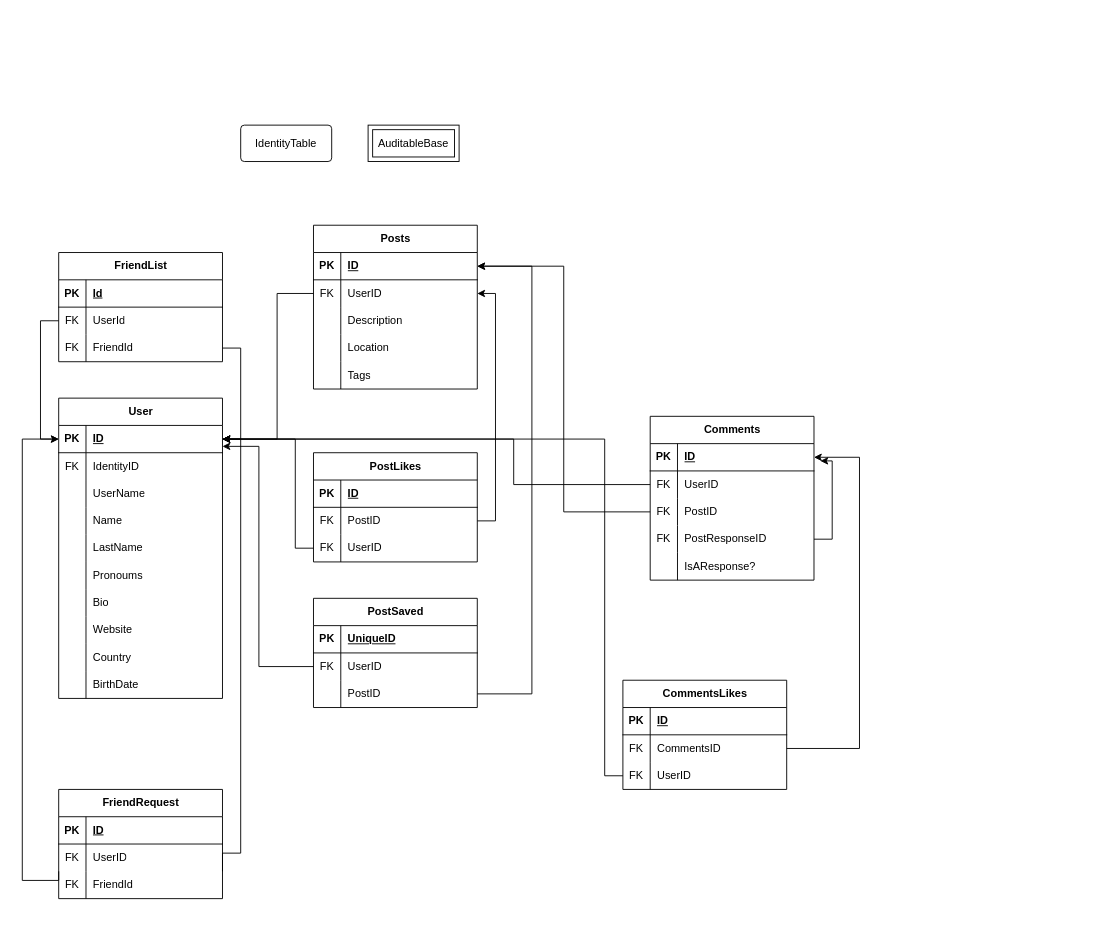
The draw.io diagram Documents/Database.drawio in AbreuHD/Kizuna-Social-Network, before the edit. Source tidied: cells renumbered, new cells numbered last; positions are measured from the earlier drawing's top-left corner, leaving out a move shared by most shapes. Both pictures are drawn from the tidied source at 91%, with x=0, y=0 at pixel (22, 125).
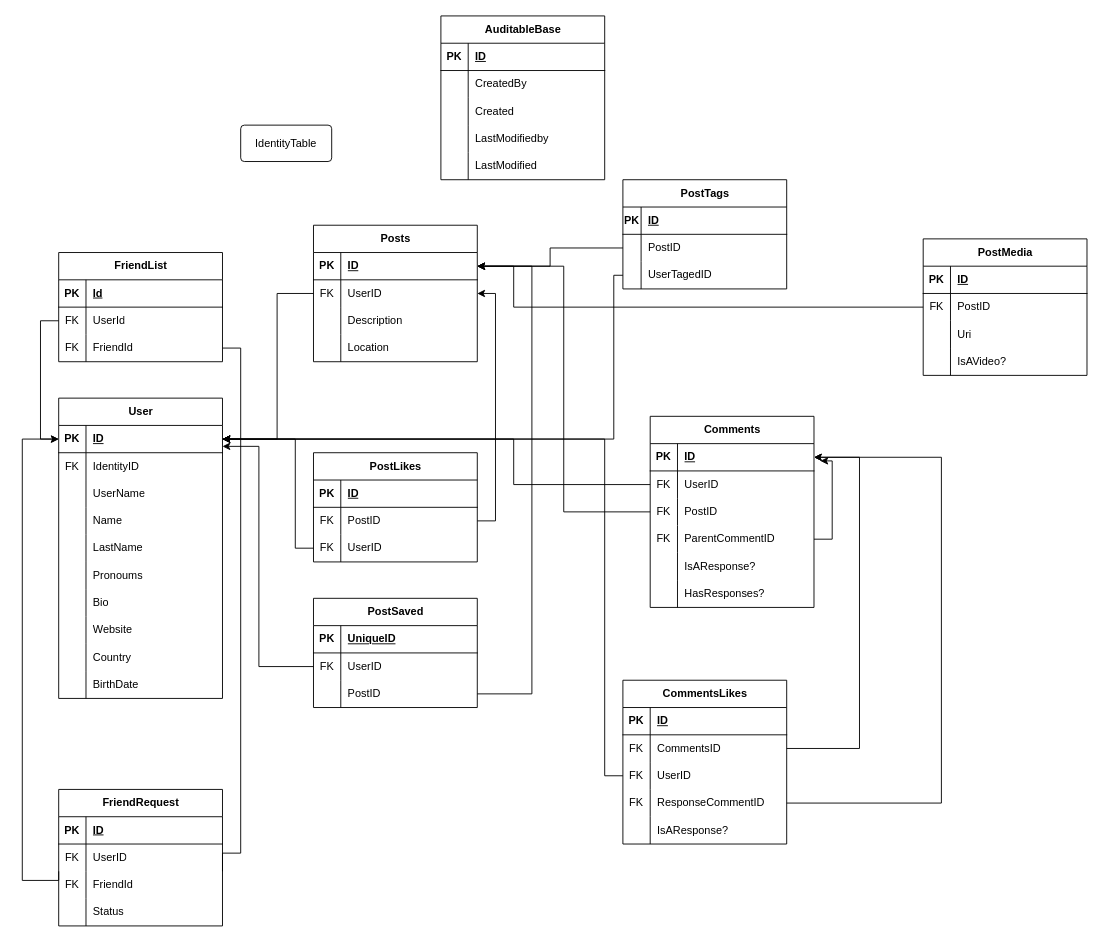
The same diagram, later.

The change refers to these unchanged cells:
```xml
<mxCell id="5" style="shape=tableRow;horizontal=0;startSize=0;swimlaneHead=0;swimlaneBody=0;fillColor=none;points=[[0,0.5],[1,0.5]];portConstraint=eastwest;top=0;left=0;right=0;bottom=1;" parent="4" vertex="1">
  <mxGeometry y="30" width="180" height="30" as="geometry" />
</mxCell>
<mxCell id="62" style="shape=tableRow;horizontal=0;startSize=0;swimlaneHead=0;swimlaneBody=0;fillColor=none;points=[[0,0.5],[1,0.5]];portConstraint=eastwest;top=0;left=0;right=0;bottom=1;" parent="61" vertex="1">
  <mxGeometry y="30" width="180" height="30" as="geometry" />
</mxCell>
<mxCell id="93" style="shape=tableRow;horizontal=0;startSize=0;swimlaneHead=0;swimlaneBody=0;fillColor=none;points=[[0,0.5],[1,0.5]];portConstraint=eastwest;top=0;left=0;right=0;bottom=1;" parent="92" vertex="1">
  <mxGeometry y="30" width="180" height="30" as="geometry" />
</mxCell>
<mxCell id="102" style="shape=tableRow;horizontal=0;startSize=0;swimlaneHead=0;swimlaneBody=0;fillColor=none;points=[[0,0.5],[1,0.5]];portConstraint=eastwest;top=0;left=0;right=0;bottom=0;" parent="92" vertex="1">
  <mxGeometry y="120" width="180" height="30" as="geometry" />
</mxCell>
```

Diff of the diagram source:
```diff
@@
-    <mxCell id="3" value="AuditableBase" style="shape=ext;margin=3;double=1;whiteSpace=wrap;html=1;align=center;" parent="1" vertex="1">
-      <mxGeometry x="380" width="100" height="40" as="geometry" />
-    </mxCell>
@@
     <mxCell id="49" value="FriendRequest" style="shape=table;startSize=30;childLayout=tableLayout;rowLines=0;fontStyle=1;align=center;html=1;" parent="1" vertex="1">
-      <mxGeometry x="40" y="730" width="180" height="120" as="geometry" />
+      <mxGeometry x="40" y="730" width="180" height="150" as="geometry" />
     </mxCell>
@@
+    <mxCell id="133" style="shape=tableRow;horizontal=0;startSize=0;swimlaneHead=0;swimlaneBody=0;fillColor=none;top=0;left=0;right=0;bottom=0;" parent="49" vertex="1">
+      <mxGeometry y="120" width="180" height="30" as="geometry" />
+    </mxCell>
+    <mxCell id="134" style="shape=partialRectangle;fillColor=none;top=0;left=0;bottom=0;right=0;overflow=hidden;whiteSpace=wrap;html=1;" parent="133" vertex="1">
+      <mxGeometry width="30" height="30" as="geometry" />
+    </mxCell>
+    <mxCell id="135" value="Status" style="shape=partialRectangle;fillColor=none;top=0;left=0;bottom=0;right=0;align=left;spacingLeft=6;overflow=hidden;whiteSpace=wrap;html=1;" parent="133" vertex="1">
+      <mxGeometry x="30" width="150" height="30" as="geometry" />
+    </mxCell>
@@
     <mxCell id="61" value="Posts" style="shape=table;startSize=30;childLayout=tableLayout;rowLines=0;fontStyle=1;align=center;html=1;" parent="1" vertex="1">
-      <mxGeometry x="320" y="110" width="180" height="180" as="geometry" />
+      <mxGeometry x="320" y="110" width="180" height="150" as="geometry" />
     </mxCell>
@@
-    <mxCell id="74" style="shape=tableRow;horizontal=0;startSize=0;swimlaneHead=0;swimlaneBody=0;fillColor=none;top=0;left=0;right=0;bottom=0;" parent="61" vertex="1">
-      <mxGeometry y="150" width="180" height="30" as="geometry" />
-    </mxCell>
-    <mxCell id="75" style="shape=partialRectangle;fillColor=none;top=0;left=0;bottom=0;right=0;overflow=hidden;whiteSpace=wrap;html=1;" parent="74" vertex="1">
-      <mxGeometry width="30" height="30" as="geometry" />
-    </mxCell>
-    <mxCell id="76" value="Tags" style="shape=partialRectangle;fillColor=none;top=0;left=0;bottom=0;right=0;align=left;spacingLeft=6;overflow=hidden;whiteSpace=wrap;html=1;" parent="74" vertex="1">
-      <mxGeometry x="30" width="150" height="30" as="geometry" />
-    </mxCell>
@@
     <mxCell id="92" value="Comments" style="shape=table;startSize=30;childLayout=tableLayout;rowLines=0;fontStyle=1;align=center;html=1;" parent="1" vertex="1">
-      <mxGeometry x="690" y="320" width="180" height="180" as="geometry" />
+      <mxGeometry x="690" y="320" width="180" height="210" as="geometry" />
     </mxCell>
@@
-    <mxCell id="104" value="PostResponseID" style="shape=partialRectangle;fillColor=none;top=0;left=0;bottom=0;right=0;align=left;spacingLeft=6;overflow=hidden;whiteSpace=wrap;html=1;" parent="102" vertex="1">
+    <mxCell id="104" value="ParentCommentID" style="shape=partialRectangle;fillColor=none;top=0;left=0;bottom=0;right=0;align=left;spacingLeft=6;overflow=hidden;whiteSpace=wrap;html=1;" parent="102" vertex="1">
       <mxGeometry x="30" width="150" height="30" as="geometry" />
     </mxCell>
@@
+    <mxCell id="136" style="shape=tableRow;horizontal=0;startSize=0;swimlaneHead=0;swimlaneBody=0;fillColor=none;top=0;left=0;right=0;bottom=0;" parent="92" vertex="1">
+      <mxGeometry y="180" width="180" height="30" as="geometry" />
+    </mxCell>
+    <mxCell id="137" style="shape=partialRectangle;fillColor=none;top=0;left=0;bottom=0;right=0;overflow=hidden;whiteSpace=wrap;html=1;" parent="136" vertex="1">
+      <mxGeometry width="30" height="30" as="geometry" />
+    </mxCell>
+    <mxCell id="138" value="HasResponses?" style="shape=partialRectangle;fillColor=none;top=0;left=0;bottom=0;right=0;align=left;spacingLeft=6;overflow=hidden;whiteSpace=wrap;html=1;" parent="136" vertex="1">
+      <mxGeometry x="30" width="150" height="30" as="geometry" />
+    </mxCell>
@@
     <mxCell id="121" value="CommentsLikes" style="shape=table;startSize=30;childLayout=tableLayout;rowLines=0;fontStyle=1;align=center;html=1;" parent="1" vertex="1">
-      <mxGeometry x="660" y="610" width="180" height="120" as="geometry" />
+      <mxGeometry x="660" y="610" width="180" height="180" as="geometry" />
     </mxCell>
@@
+    <mxCell id="139" style="shape=tableRow;horizontal=0;startSize=0;swimlaneHead=0;swimlaneBody=0;fillColor=none;points=[[0,0.5],[1,0.5]];portConstraint=eastwest;top=0;left=0;right=0;bottom=0;" parent="121" vertex="1">
+      <mxGeometry y="120" width="180" height="30" as="geometry" />
+    </mxCell>
+    <mxCell id="140" value="FK" style="shape=partialRectangle;fillColor=none;top=0;left=0;bottom=0;right=0;overflow=hidden;whiteSpace=wrap;html=1;" parent="139" vertex="1">
+      <mxGeometry width="30" height="30" as="geometry" />
+    </mxCell>
+    <mxCell id="141" value="ResponseCommentID" style="shape=partialRectangle;fillColor=none;top=0;left=0;bottom=0;right=0;align=left;spacingLeft=6;overflow=hidden;whiteSpace=wrap;html=1;" parent="139" vertex="1">
+      <mxGeometry x="30" width="150" height="30" as="geometry" />
+    </mxCell>
+    <mxCell id="142" style="shape=tableRow;horizontal=0;startSize=0;swimlaneHead=0;swimlaneBody=0;fillColor=none;top=0;left=0;right=0;bottom=0;" parent="121" vertex="1">
+      <mxGeometry y="150" width="180" height="30" as="geometry" />
+    </mxCell>
+    <mxCell id="143" style="shape=partialRectangle;fillColor=none;top=0;left=0;bottom=0;right=0;overflow=hidden;whiteSpace=wrap;html=1;" parent="142" vertex="1">
+      <mxGeometry width="30" height="30" as="geometry" />
+    </mxCell>
+    <mxCell id="144" value="IsAResponse?" style="shape=partialRectangle;fillColor=none;top=0;left=0;bottom=0;right=0;align=left;spacingLeft=6;overflow=hidden;whiteSpace=wrap;html=1;" parent="142" vertex="1">
+      <mxGeometry x="30" width="150" height="30" as="geometry" />
+    </mxCell>
@@
+    <mxCell id="145" style="edgeStyle=orthogonalEdgeStyle;rounded=0;jettySize=auto;html=1;entryX=1;entryY=0.5;entryDx=0;entryDy=0;" parent="1" edge="1" source="139" target="93">
+      <mxGeometry relative="1" as="geometry">
+        <Array as="points">
+          <mxPoint x="1010" y="745" />
+          <mxPoint x="1010" y="365" />
+        </Array>
+      </mxGeometry>
+    </mxCell>
+    <mxCell id="3" value="AuditableBase" style="shape=table;startSize=30;childLayout=tableLayout;rowLines=0;fontStyle=1;align=center;html=1;" parent="1" vertex="1">
+      <mxGeometry x="460" y="-120" width="180" height="180" as="geometry" />
+    </mxCell>
+    <mxCell id="146" style="shape=tableRow;horizontal=0;startSize=0;swimlaneHead=0;swimlaneBody=0;fillColor=none;top=0;left=0;right=0;bottom=1;" parent="3" vertex="1">
+      <mxGeometry y="30" width="180" height="30" as="geometry" />
+    </mxCell>
+    <mxCell id="147" value="PK" style="shape=partialRectangle;fillColor=none;top=0;left=0;bottom=0;right=0;fontStyle=1;overflow=hidden;whiteSpace=wrap;html=1;" parent="146" vertex="1">
+      <mxGeometry width="30" height="30" as="geometry" />
+    </mxCell>
+    <mxCell id="148" value="ID" style="shape=partialRectangle;fillColor=none;top=0;left=0;bottom=0;right=0;align=left;spacingLeft=6;fontStyle=5;overflow=hidden;whiteSpace=wrap;html=1;" parent="146" vertex="1">
+      <mxGeometry x="30" width="150" height="30" as="geometry" />
+    </mxCell>
+    <mxCell id="149" style="shape=tableRow;horizontal=0;startSize=0;swimlaneHead=0;swimlaneBody=0;fillColor=none;top=0;left=0;right=0;bottom=0;" parent="3" vertex="1">
+      <mxGeometry y="60" width="180" height="30" as="geometry" />
+    </mxCell>
+    <mxCell id="150" style="shape=partialRectangle;fillColor=none;top=0;left=0;bottom=0;right=0;overflow=hidden;whiteSpace=wrap;html=1;" parent="149" vertex="1">
+      <mxGeometry width="30" height="30" as="geometry" />
+    </mxCell>
+    <mxCell id="151" value="CreatedBy" style="shape=partialRectangle;fillColor=none;top=0;left=0;bottom=0;right=0;align=left;spacingLeft=6;overflow=hidden;whiteSpace=wrap;html=1;" parent="149" vertex="1">
+      <mxGeometry x="30" width="150" height="30" as="geometry" />
+    </mxCell>
+    <mxCell id="152" style="shape=tableRow;horizontal=0;startSize=0;swimlaneHead=0;swimlaneBody=0;fillColor=none;top=0;left=0;right=0;bottom=0;" parent="3" vertex="1">
+      <mxGeometry y="90" width="180" height="30" as="geometry" />
+    </mxCell>
+    <mxCell id="153" style="shape=partialRectangle;fillColor=none;top=0;left=0;bottom=0;right=0;overflow=hidden;whiteSpace=wrap;html=1;" parent="152" vertex="1">
+      <mxGeometry width="30" height="30" as="geometry" />
+    </mxCell>
+    <mxCell id="154" value="Created" style="shape=partialRectangle;fillColor=none;top=0;left=0;bottom=0;right=0;align=left;spacingLeft=6;overflow=hidden;whiteSpace=wrap;html=1;" parent="152" vertex="1">
+      <mxGeometry x="30" width="150" height="30" as="geometry" />
+    </mxCell>
+    <mxCell id="155" style="shape=tableRow;horizontal=0;startSize=0;swimlaneHead=0;swimlaneBody=0;fillColor=none;top=0;left=0;right=0;bottom=0;" parent="3" vertex="1">
+      <mxGeometry y="120" width="180" height="30" as="geometry" />
+    </mxCell>
+    <mxCell id="156" style="shape=partialRectangle;fillColor=none;top=0;left=0;bottom=0;right=0;overflow=hidden;whiteSpace=wrap;html=1;" parent="155" vertex="1">
+      <mxGeometry width="30" height="30" as="geometry" />
+    </mxCell>
+    <mxCell id="157" value="LastModifiedby&amp;nbsp;" style="shape=partialRectangle;fillColor=none;top=0;left=0;bottom=0;right=0;align=left;spacingLeft=6;overflow=hidden;whiteSpace=wrap;html=1;" parent="155" vertex="1">
+      <mxGeometry x="30" width="150" height="30" as="geometry" />
+    </mxCell>
+    <mxCell id="158" style="shape=tableRow;horizontal=0;startSize=0;swimlaneHead=0;swimlaneBody=0;fillColor=none;top=0;left=0;right=0;bottom=0;" parent="3" vertex="1">
+      <mxGeometry y="150" width="180" height="30" as="geometry" />
+    </mxCell>
+    <mxCell id="159" style="shape=partialRectangle;fillColor=none;top=0;left=0;bottom=0;right=0;overflow=hidden;whiteSpace=wrap;html=1;" parent="158" vertex="1">
+      <mxGeometry width="30" height="30" as="geometry" />
+    </mxCell>
+    <mxCell id="160" value="LastModified" style="shape=partialRectangle;fillColor=none;top=0;left=0;bottom=0;right=0;align=left;spacingLeft=6;overflow=hidden;whiteSpace=wrap;html=1;" parent="158" vertex="1">
+      <mxGeometry x="30" width="150" height="30" as="geometry" />
+    </mxCell>
+    <mxCell id="161" value="PostTags" style="shape=table;startSize=30;childLayout=tableLayout;rowLines=0;fontStyle=1;align=center;html=1;" parent="1" vertex="1">
+      <mxGeometry x="660" y="60" width="180" height="120" as="geometry" />
+    </mxCell>
+    <mxCell id="162" style="shape=tableRow;horizontal=0;startSize=0;swimlaneHead=0;swimlaneBody=0;fillColor=none;top=0;left=0;right=0;bottom=1;" parent="161" vertex="1">
+      <mxGeometry y="30" width="180" height="30" as="geometry" />
+    </mxCell>
+    <mxCell id="163" value="PK" style="shape=partialRectangle;fillColor=none;top=0;left=0;bottom=0;right=0;fontStyle=1;overflow=hidden;whiteSpace=wrap;html=1;" parent="162" vertex="1">
+      <mxGeometry width="20" height="30" as="geometry" />
+    </mxCell>
+    <mxCell id="164" value="ID" style="shape=partialRectangle;fillColor=none;top=0;left=0;bottom=0;right=0;align=left;spacingLeft=6;fontStyle=5;overflow=hidden;whiteSpace=wrap;html=1;" parent="162" vertex="1">
+      <mxGeometry x="20" width="160" height="30" as="geometry" />
+    </mxCell>
+    <mxCell id="165" style="shape=tableRow;horizontal=0;startSize=0;swimlaneHead=0;swimlaneBody=0;fillColor=none;points=[[0,0.5],[1,0.5]];portConstraint=eastwest;top=0;left=0;right=0;bottom=0;" parent="161" vertex="1">
+      <mxGeometry y="60" width="180" height="30" as="geometry" />
+    </mxCell>
+    <mxCell id="166" style="shape=partialRectangle;fillColor=none;top=0;left=0;bottom=0;right=0;overflow=hidden;whiteSpace=wrap;html=1;" parent="165" vertex="1">
+      <mxGeometry width="20" height="30" as="geometry" />
+    </mxCell>
+    <mxCell id="167" value="PostID" style="shape=partialRectangle;fillColor=none;top=0;left=0;bottom=0;right=0;align=left;spacingLeft=6;overflow=hidden;whiteSpace=wrap;html=1;" parent="165" vertex="1">
+      <mxGeometry x="20" width="160" height="30" as="geometry" />
+    </mxCell>
+    <mxCell id="168" style="shape=tableRow;horizontal=0;startSize=0;swimlaneHead=0;swimlaneBody=0;fillColor=none;points=[[0,0.5],[1,0.5]];portConstraint=eastwest;top=0;left=0;right=0;bottom=0;" parent="161" vertex="1">
+      <mxGeometry y="90" width="180" height="30" as="geometry" />
+    </mxCell>
+    <mxCell id="169" style="shape=partialRectangle;fillColor=none;top=0;left=0;bottom=0;right=0;overflow=hidden;whiteSpace=wrap;html=1;" parent="168" vertex="1">
+      <mxGeometry width="20" height="30" as="geometry" />
+    </mxCell>
+    <mxCell id="170" value="UserTagedID" style="shape=partialRectangle;fillColor=none;top=0;left=0;bottom=0;right=0;align=left;spacingLeft=6;overflow=hidden;whiteSpace=wrap;html=1;" parent="168" vertex="1">
+      <mxGeometry x="20" width="160" height="30" as="geometry" />
+    </mxCell>
+    <mxCell id="171" style="edgeStyle=orthogonalEdgeStyle;rounded=0;jettySize=auto;html=1;entryX=1;entryY=0.5;entryDx=0;entryDy=0;" parent="1" edge="1" source="165" target="62">
+      <mxGeometry relative="1" as="geometry" />
+    </mxCell>
+    <mxCell id="172" style="edgeStyle=orthogonalEdgeStyle;rounded=0;jettySize=auto;html=1;entryX=1;entryY=0.5;entryDx=0;entryDy=0;" parent="1" edge="1" source="168" target="5">
+      <mxGeometry relative="1" as="geometry">
+        <Array as="points">
+          <mxPoint x="650" y="165" />
+          <mxPoint x="650" y="345" />
+        </Array>
+      </mxGeometry>
+    </mxCell>
+    <mxCell id="173" style="edgeStyle=orthogonalEdgeStyle;rounded=0;jettySize=auto;html=1;entryX=1;entryY=0.5;entryDx=0;entryDy=0;" parent="1" edge="1" source="174" target="62">
+      <mxGeometry relative="1" as="geometry">
+        <Array as="points">
+          <mxPoint x="540" y="200" />
+          <mxPoint x="540" y="155" />
+        </Array>
+      </mxGeometry>
+    </mxCell>
+    <mxCell id="174" value="PostMedia" style="shape=table;startSize=30;childLayout=tableLayout;rowLines=0;fontStyle=1;align=center;html=1;" parent="1" vertex="1">
+      <mxGeometry x="990" y="125" width="180" height="150" as="geometry" />
+    </mxCell>
+    <mxCell id="175" style="shape=tableRow;horizontal=0;startSize=0;swimlaneHead=0;swimlaneBody=0;fillColor=none;top=0;left=0;right=0;bottom=1;" parent="174" vertex="1">
+      <mxGeometry y="30" width="180" height="30" as="geometry" />
+    </mxCell>
+    <mxCell id="176" value="PK" style="shape=partialRectangle;fillColor=none;top=0;left=0;bottom=0;right=0;fontStyle=1;overflow=hidden;whiteSpace=wrap;html=1;" parent="175" vertex="1">
+      <mxGeometry width="30" height="30" as="geometry" />
+    </mxCell>
+    <mxCell id="177" value="ID" style="shape=partialRectangle;fillColor=none;top=0;left=0;bottom=0;right=0;align=left;spacingLeft=6;fontStyle=5;overflow=hidden;whiteSpace=wrap;html=1;" parent="175" vertex="1">
+      <mxGeometry x="30" width="150" height="30" as="geometry" />
+    </mxCell>
+    <mxCell id="178" style="shape=tableRow;horizontal=0;startSize=0;swimlaneHead=0;swimlaneBody=0;fillColor=none;top=0;left=0;right=0;bottom=0;" parent="174" vertex="1">
+      <mxGeometry y="60" width="180" height="30" as="geometry" />
+    </mxCell>
+    <mxCell id="179" value="FK" style="shape=partialRectangle;fillColor=none;top=0;left=0;bottom=0;right=0;overflow=hidden;whiteSpace=wrap;html=1;" parent="178" vertex="1">
+      <mxGeometry width="30" height="30" as="geometry" />
+    </mxCell>
+    <mxCell id="180" value="PostID" style="shape=partialRectangle;fillColor=none;top=0;left=0;bottom=0;right=0;align=left;spacingLeft=6;overflow=hidden;whiteSpace=wrap;html=1;" parent="178" vertex="1">
+      <mxGeometry x="30" width="150" height="30" as="geometry" />
+    </mxCell>
+    <mxCell id="181" style="shape=tableRow;horizontal=0;startSize=0;swimlaneHead=0;swimlaneBody=0;fillColor=none;top=0;left=0;right=0;bottom=0;" parent="174" vertex="1">
+      <mxGeometry y="90" width="180" height="30" as="geometry" />
+    </mxCell>
+    <mxCell id="182" style="shape=partialRectangle;fillColor=none;top=0;left=0;bottom=0;right=0;overflow=hidden;whiteSpace=wrap;html=1;" parent="181" vertex="1">
+      <mxGeometry width="30" height="30" as="geometry" />
+    </mxCell>
+    <mxCell id="183" value="Uri" style="shape=partialRectangle;fillColor=none;top=0;left=0;bottom=0;right=0;align=left;spacingLeft=6;overflow=hidden;whiteSpace=wrap;html=1;" parent="181" vertex="1">
+      <mxGeometry x="30" width="150" height="30" as="geometry" />
+    </mxCell>
+    <mxCell id="184" style="shape=tableRow;horizontal=0;startSize=0;swimlaneHead=0;swimlaneBody=0;fillColor=none;top=0;left=0;right=0;bottom=0;" parent="174" vertex="1">
+      <mxGeometry y="120" width="180" height="30" as="geometry" />
+    </mxCell>
+    <mxCell id="185" style="shape=partialRectangle;fillColor=none;top=0;left=0;bottom=0;right=0;overflow=hidden;whiteSpace=wrap;html=1;" parent="184" vertex="1">
+      <mxGeometry width="30" height="30" as="geometry" />
+    </mxCell>
+    <mxCell id="186" value="IsAVideo?" style="shape=partialRectangle;fillColor=none;top=0;left=0;bottom=0;right=0;align=left;spacingLeft=6;overflow=hidden;whiteSpace=wrap;html=1;" parent="184" vertex="1">
+      <mxGeometry x="30" width="150" height="30" as="geometry" />
+    </mxCell>
```
